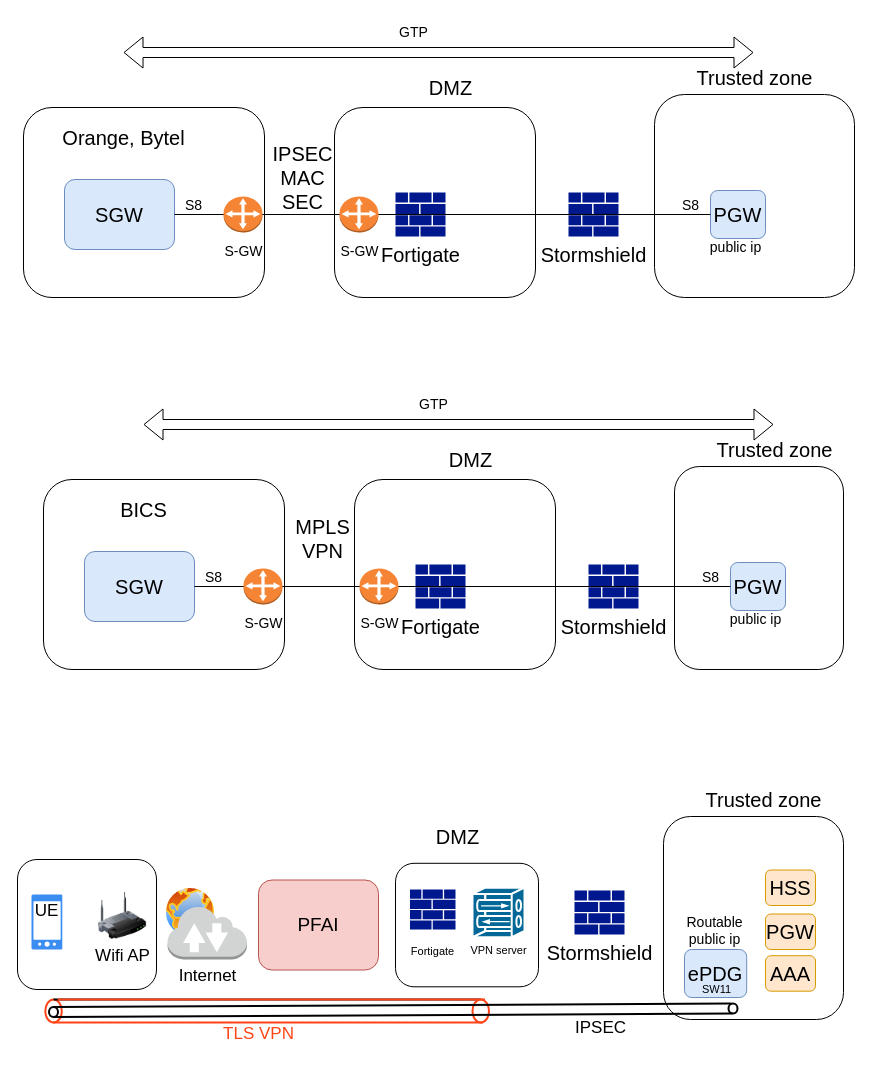
This is page "Page-2" (2 of 3) of use_cases_sec.drawio from h4kdev/diagrams, a draw.io file, before an edit. Source tidied: cells renumbered, new cells numbered last; positions are measured from the earlier drawing's top-left corner, leaving out a move shared by most shapes. Both pictures are drawn from the tidied source at 100%, with x=0, y=0 at pixel (17, 17).
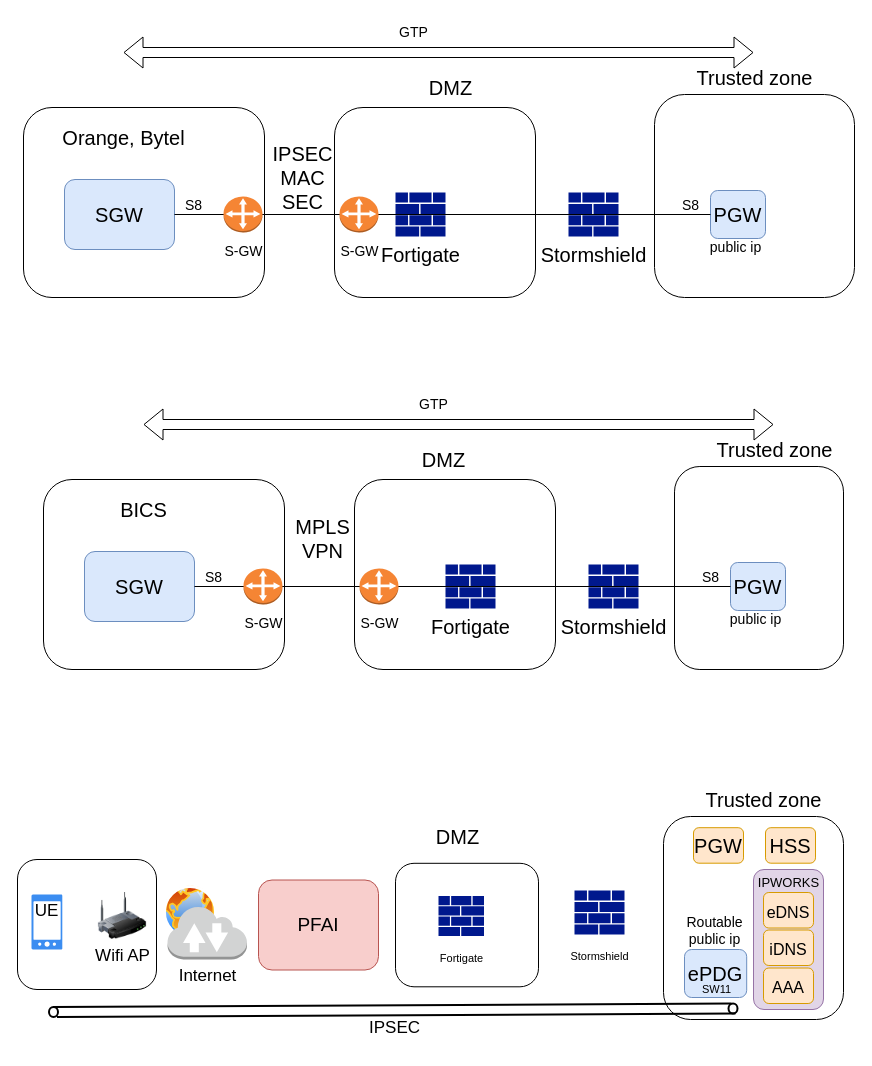
The same diagram, later.

The edit, as a diff of the source:
```diff
@@
+    <mxCell id="45" style="rounded=1;whiteSpace=wrap;html=1;fontSize=19;" parent="1" vertex="1">
+      <mxGeometry x="646" y="799" width="180" height="203" as="geometry" />
+    </mxCell>
+    <mxCell id="70" style="rounded=1;whiteSpace=wrap;html=1;strokeColor=#9673a6;strokeWidth=1;fontSize=11;fillColor=#e1d5e7;" parent="1" vertex="1">
+      <mxGeometry x="736" y="852" width="70" height="140" as="geometry" />
+    </mxCell>
@@
     <mxCell id="26" value="DMZ" style="text;html=1;align=center;verticalAlign=middle;strokeColor=none;fillColor=none;fontSize=20;" parent="1" vertex="1">
-      <mxGeometry x="417.5" y="422" width="70" height="40" as="geometry" />
+      <mxGeometry x="391" y="422" width="70" height="40" as="geometry" />
     </mxCell>
     <mxCell id="27" value="Fortigate" style="sketch=0;shadow=0;dashed=0;html=1;strokeColor=none;labelPosition=center;verticalLabelPosition=bottom;verticalAlign=top;align=center;fillColor=#00188D;shape=mxgraph.mscae.enterprise.firewall;fontSize=20;" parent="1" vertex="1">
-      <mxGeometry x="398" y="547" width="50" height="44" as="geometry" />
+      <mxGeometry x="428" y="547" width="50" height="44" as="geometry" />
     </mxCell>
@@
     <mxCell id="43" value="&lt;font style=&quot;font-size: 11px;&quot;&gt;Fortigate&lt;/font&gt;" style="sketch=0;shadow=0;dashed=0;html=1;strokeColor=none;labelPosition=center;verticalLabelPosition=bottom;verticalAlign=top;align=center;fillColor=#00188D;shape=mxgraph.mscae.enterprise.firewall;fontSize=20;" parent="1" vertex="1">
-      <mxGeometry x="392.5" y="872" width="45.5" height="40" as="geometry" />
+      <mxGeometry x="421" y="878.5" width="45.5" height="40" as="geometry" />
     </mxCell>
-    <mxCell id="44" value="Stormshield" style="sketch=0;shadow=0;dashed=0;html=1;strokeColor=none;labelPosition=center;verticalLabelPosition=bottom;verticalAlign=top;align=center;fillColor=#00188D;shape=mxgraph.mscae.enterprise.firewall;fontSize=20;" parent="1" vertex="1">
+    <mxCell id="44" value="&lt;font style=&quot;font-size: 11px;&quot;&gt;Stormshield&lt;/font&gt;" style="sketch=0;shadow=0;dashed=0;html=1;strokeColor=none;labelPosition=center;verticalLabelPosition=bottom;verticalAlign=top;align=center;fillColor=#00188D;shape=mxgraph.mscae.enterprise.firewall;fontSize=20;" parent="1" vertex="1">
       <mxGeometry x="557" y="873" width="50" height="44" as="geometry" />
     </mxCell>
-    <mxCell id="45" style="rounded=1;whiteSpace=wrap;html=1;fontSize=19;" parent="1" vertex="1">
-      <mxGeometry x="646" y="799" width="180" height="203" as="geometry" />
-    </mxCell>
@@
-    <mxCell id="55" value="AAA" style="rounded=1;whiteSpace=wrap;html=1;fontSize=20;fillColor=#ffe6cc;strokeColor=#d79b00;" parent="1" vertex="1">
-      <mxGeometry x="748" y="938.2" width="50" height="35.5" as="geometry" />
+    <mxCell id="55" value="&lt;font style=&quot;font-size: 16px;&quot;&gt;AAA&lt;/font&gt;" style="rounded=1;whiteSpace=wrap;html=1;fontSize=20;fillColor=#ffe6cc;strokeColor=#d79b00;" parent="1" vertex="1">
+      <mxGeometry x="746" y="950.5" width="50" height="35.5" as="geometry" />
     </mxCell>
-    <mxCell id="56" value="PGW" style="rounded=1;whiteSpace=wrap;html=1;fontSize=20;fillColor=#ffe6cc;strokeColor=#d79b00;" parent="1" vertex="1">
-      <mxGeometry x="748" y="896.5" width="50" height="35.5" as="geometry" />
+    <mxCell id="56" value="&lt;font style=&quot;font-size: 16px;&quot;&gt;iDNS&lt;/font&gt;" style="rounded=1;whiteSpace=wrap;html=1;fontSize=20;fillColor=#ffe6cc;strokeColor=#d79b00;" parent="1" vertex="1">
+      <mxGeometry x="746" y="912.5" width="50" height="35.5" as="geometry" />
     </mxCell>
     <mxCell id="57" value="HSS" style="rounded=1;whiteSpace=wrap;html=1;fontSize=20;fillColor=#ffe6cc;strokeColor=#d79b00;" parent="1" vertex="1">
-      <mxGeometry x="748" y="852.5" width="50" height="35.5" as="geometry" />
+      <mxGeometry x="748" y="810.2" width="50" height="35.5" as="geometry" />
     </mxCell>
@@
-    <mxCell id="59" value="&lt;font color=&quot;#ff4517&quot;&gt;TLS VPN&lt;/font&gt;" style="text;html=1;align=center;verticalAlign=middle;strokeColor=none;fillColor=none;fontSize=17;" parent="1" vertex="1">
-      <mxGeometry x="196" y="1002" width="90" height="30" as="geometry" />
-    </mxCell>
     <mxCell id="60" value="IPSEC" style="text;html=1;align=center;verticalAlign=middle;strokeColor=none;fillColor=none;fontSize=17;" parent="1" vertex="1">
-      <mxGeometry x="548" y="996" width="70" height="30" as="geometry" />
+      <mxGeometry x="342" y="996" width="70" height="30" as="geometry" />
     </mxCell>
-    <mxCell id="61" style="ellipse;whiteSpace=wrap;html=1;fontSize=17;strokeWidth=2;strokeColor=#FF4517;" parent="1" vertex="1">
-      <mxGeometry x="27.8" y="982" width="16.5" height="23" as="geometry" />
-    </mxCell>
-    <mxCell id="62" style="endArrow=none;html=1;rounded=0;fontSize=17;entryX=0.5;entryY=0;entryDx=0;entryDy=0;exitX=0.5;exitY=0;exitDx=0;exitDy=0;strokeWidth=2;" parent="1" edge="1" source="61" target="63">
-      <mxGeometry relative="1" as="geometry" />
-    </mxCell>
-    <mxCell id="63" style="ellipse;whiteSpace=wrap;html=1;fontSize=17;strokeWidth=2;strokeColor=#FF4517;" parent="1" vertex="1">
-      <mxGeometry x="455" y="982" width="16.5" height="23" as="geometry" />
-    </mxCell>
-    <mxCell id="64" style="endArrow=none;html=1;rounded=0;fontSize=17;strokeWidth=2;strokeColor=#FF4517;" parent="1" edge="1">
-      <mxGeometry relative="1" as="geometry">
-        <mxPoint x="35.5" y="1005" as="sourcePoint" />
-        <mxPoint x="465.5" y="1005" as="targetPoint" />
-      </mxGeometry>
-    </mxCell>
@@
-    <mxCell id="66" style="endArrow=none;html=1;rounded=0;fontSize=17;entryX=0.389;entryY=0.951;entryDx=0;entryDy=0;entryPerimeter=0;strokeWidth=2;" parent="1" edge="1">
-      <mxGeometry relative="1" as="geometry">
-        <mxPoint x="36.5" y="999.5" as="sourcePoint" />
-        <mxPoint x="715" y="996.1" as="targetPoint" />
-      </mxGeometry>
-    </mxCell>
@@
-    <mxCell id="68" style="endArrow=none;html=1;rounded=0;fontSize=17;entryX=0.5;entryY=0;entryDx=0;entryDy=0;exitX=0.5;exitY=0;exitDx=0;exitDy=0;strokeWidth=2;strokeColor=#FF4517;" parent="1" edge="1">
-      <mxGeometry relative="1" as="geometry">
-        <mxPoint x="40.2" y="982" as="sourcePoint" />
-        <mxPoint x="467.5" y="982" as="targetPoint" />
-      </mxGeometry>
-    </mxCell>
-    <mxCell id="69" value="&lt;font color=&quot;#000000&quot;&gt;VPN server&lt;/font&gt;" style="shape=mxgraph.cisco.misc.vpn_concentrator;html=1;dashed=0;fillColor=#036897;strokeColor=#ffffff;strokeWidth=2;verticalLabelPosition=bottom;verticalAlign=top;align=center;fontSize=11;fontColor=#FF4517;" parent="1" vertex="1">
-      <mxGeometry x="455" y="870.2" width="52" height="49.5" as="geometry" />
-    </mxCell>
+    <mxCell id="71" style="endArrow=none;html=1;rounded=0;fontSize=17;entryX=0.389;entryY=0.951;entryDx=0;entryDy=0;entryPerimeter=0;strokeWidth=2;" parent="1" edge="1">
+      <mxGeometry relative="1" as="geometry">
+        <mxPoint x="39.5" y="999.5" as="sourcePoint" />
+        <mxPoint x="718" y="996.1" as="targetPoint" />
+      </mxGeometry>
+    </mxCell>
+    <mxCell id="72" value="PGW" style="rounded=1;whiteSpace=wrap;html=1;fontSize=20;fillColor=#ffe6cc;strokeColor=#d79b00;" parent="1" vertex="1">
+      <mxGeometry x="676" y="810.2" width="50" height="35.5" as="geometry" />
+    </mxCell>
+    <mxCell id="73" value="&lt;font style=&quot;font-size: 16px;&quot;&gt;eDNS&lt;/font&gt;" style="rounded=1;whiteSpace=wrap;html=1;fontSize=20;fillColor=#ffe6cc;strokeColor=#d79b00;" parent="1" vertex="1">
+      <mxGeometry x="746" y="875" width="50" height="35.5" as="geometry" />
+    </mxCell>
+    <mxCell id="74" value="&lt;font style=&quot;font-size: 13px;&quot;&gt;IPWORKS&lt;/font&gt;" style="text;html=1;align=center;verticalAlign=middle;strokeColor=none;fillColor=none;fontSize=20;" parent="1" vertex="1">
+      <mxGeometry x="731" y="842" width="80" height="40" as="geometry" />
+    </mxCell>
```
